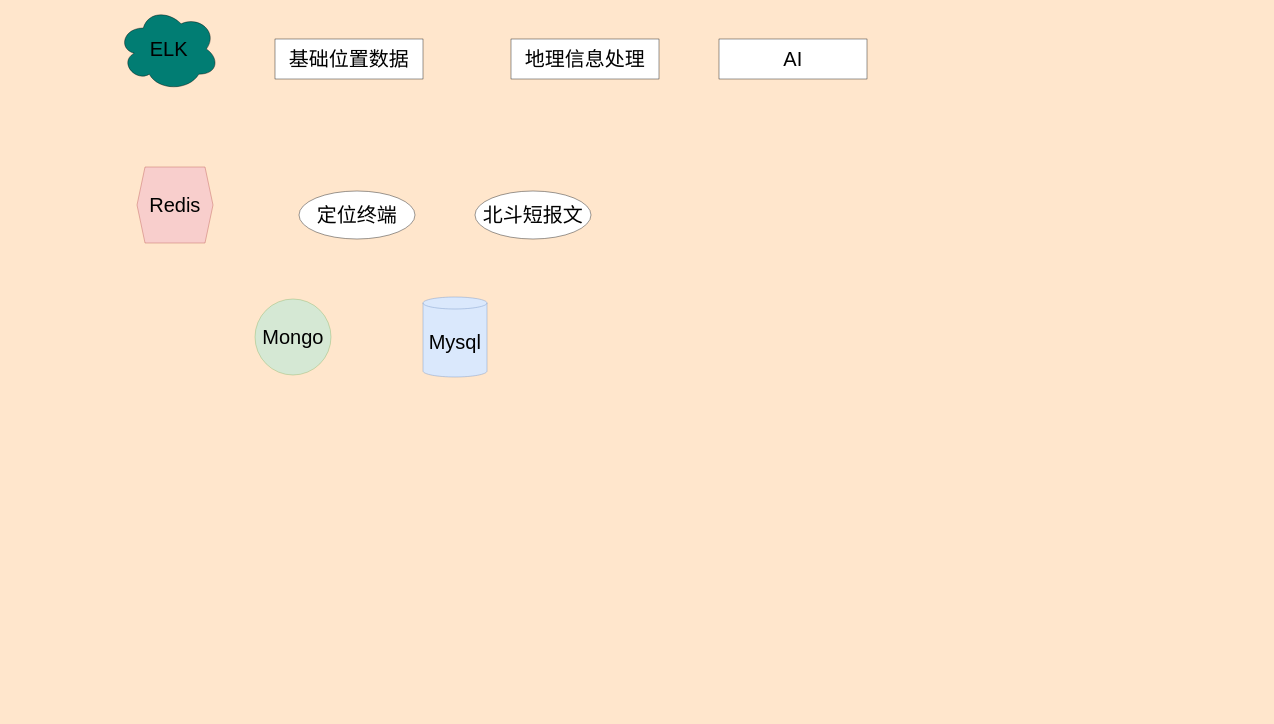
This is Untitled Diagram.drawio from juwujiu/diag, a draw.io file, before an edit. Source tidied: cells renumbered, new cells numbered last; positions are measured from the earlier drawing's top-left corner, leaving out a move shared by most shapes. Both pictures are drawn from the tidied source at 40%, with x=0, y=0 at pixel (118, 7).
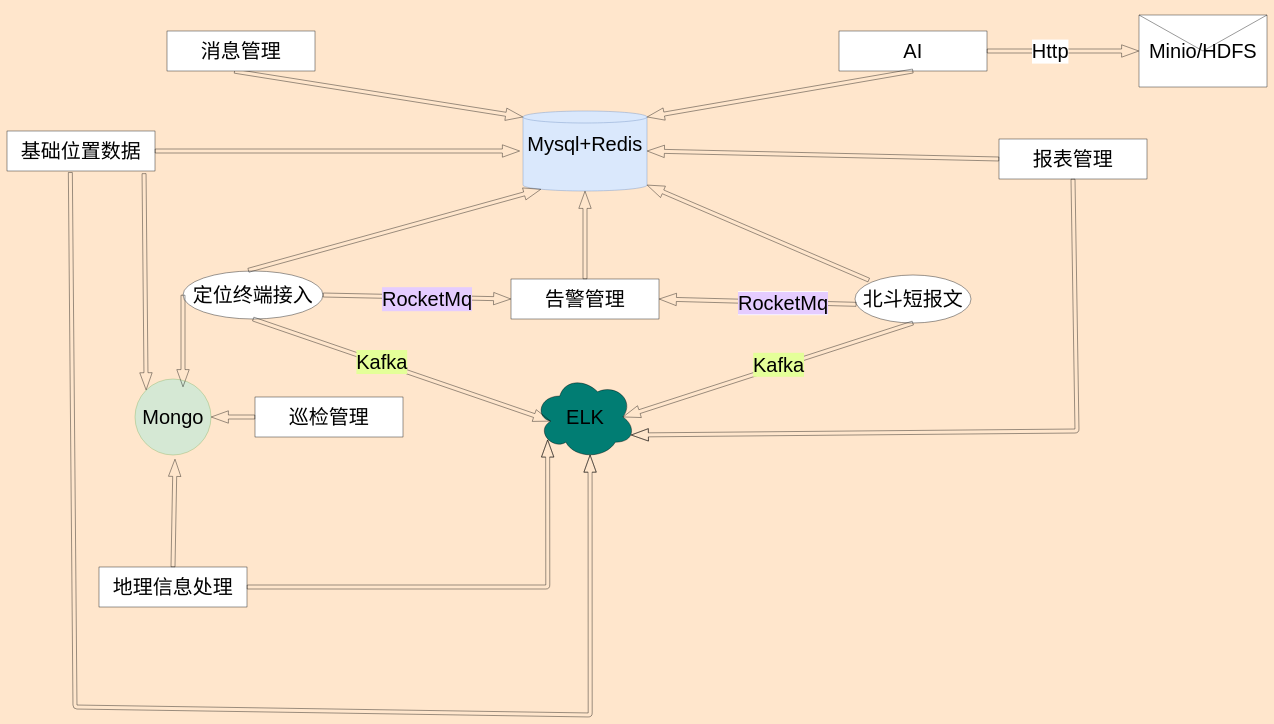
After the change.

Diff of the diagram source:
```diff
@@
-    <mxCell id="2" style="group;" parent="1" vertex="1">
-      <mxGeometry x="47" y="400" width="190" height="190" as="geometry" />
-    </mxCell>
-    <mxCell id="3" value="Redis" style="shape=hexagon;perimeter=hexagonPerimeter2;whiteSpace=wrap;html=1;fixedSize=1;hachureGap=4;fontSize=50;fillColor=#f8cecc;strokeColor=#b85450;" parent="2" vertex="1">
-      <mxGeometry width="190" height="190" as="geometry" />
-    </mxCell>
     <mxCell id="4" value="Mongo" style="ellipse;whiteSpace=wrap;html=1;hachureGap=4;fontSize=50;fillColor=#d5e8d4;strokeColor=#82b366;" parent="1" vertex="1">
-      <mxGeometry x="342" y="730" width="190" height="190" as="geometry" />
+      <mxGeometry x="42" y="930" width="190" height="190" as="geometry" />
     </mxCell>
-    <mxCell id="5" value="Mysql" style="shape=cylinder3;whiteSpace=wrap;html=1;boundedLbl=1;backgroundOutline=1;size=15;hachureGap=4;fontSize=50;fillColor=#dae8fc;strokeColor=#6c8ebf;" parent="1" vertex="1">
-      <mxGeometry x="762" y="725" width="160" height="200" as="geometry" />
+    <mxCell id="5" value="&lt;div&gt;Mysql+Redis&lt;/div&gt;&lt;div&gt;&lt;br&gt;&lt;/div&gt;" style="shape=cylinder3;whiteSpace=wrap;html=1;boundedLbl=1;backgroundOutline=1;size=15;hachureGap=4;fontSize=50;fillColor=#dae8fc;strokeColor=#6c8ebf;" parent="1" vertex="1">
+      <mxGeometry x="1012" y="260" width="310" height="200" as="geometry" />
     </mxCell>
     <mxCell id="6" value="ELK" style="ellipse;shape=cloud;whiteSpace=wrap;html=1;hachureGap=4;fontSize=50;fillColor=#017D73;" parent="1" vertex="1">
-      <mxGeometry x="-0.5" width="252.5" height="210" as="geometry" />
+      <mxGeometry x="1040.8" y="920" width="252.5" height="210" as="geometry" />
     </mxCell>
     <mxCell id="7" value="北斗短报文" style="ellipse;whiteSpace=wrap;html=1;hachureGap=4;fontSize=50;" parent="1" vertex="1">
-      <mxGeometry x="892" y="460" width="290" height="120" as="geometry" />
+      <mxGeometry x="1842" y="670" width="290" height="120" as="geometry" />
     </mxCell>
-    <mxCell id="8" value="定位终端" style="ellipse;whiteSpace=wrap;html=1;hachureGap=4;fontSize=50;" parent="1" vertex="1">
-      <mxGeometry x="452" y="460" width="290" height="120" as="geometry" />
+    <mxCell id="8" value="定位终端接入" style="ellipse;whiteSpace=wrap;html=1;hachureGap=4;fontSize=50;" parent="1" vertex="1">
+      <mxGeometry x="162" y="660" width="350" height="120" as="geometry" />
     </mxCell>
     <mxCell id="9" value="基础位置数据" style="rounded=0;whiteSpace=wrap;html=1;hachureGap=4;fontSize=50;" parent="1" vertex="1">
-      <mxGeometry x="392" y="80" width="370" height="100" as="geometry" />
+      <mxGeometry x="-278" y="310" width="370" height="100" as="geometry" />
     </mxCell>
     <mxCell id="10" value="地理信息处理" style="rounded=0;whiteSpace=wrap;html=1;hachureGap=4;fontSize=50;" parent="1" vertex="1">
-      <mxGeometry x="982" y="80" width="370" height="100" as="geometry" />
+      <mxGeometry x="-48" y="1400" width="370" height="100" as="geometry" />
     </mxCell>
     <mxCell id="11" value="AI" style="rounded=0;whiteSpace=wrap;html=1;hachureGap=4;fontSize=50;" parent="1" vertex="1">
-      <mxGeometry x="1502" y="80" width="370" height="100" as="geometry" />
+      <mxGeometry x="1802" y="60" width="370" height="100" as="geometry" />
     </mxCell>
+    <mxCell id="12" value="Minio/HDFS" style="shape=message;html=1;whiteSpace=wrap;html=1;outlineConnect=0;hachureGap=4;fontSize=50;" parent="1" vertex="1">
+      <mxGeometry x="2552" y="20" width="320" height="180" as="geometry" />
+    </mxCell>
+    <mxCell id="13" style="shape=flexArrow;endArrow=classic;html=1;fontSize=50;startSize=14;endSize=14;sourcePerimeterSpacing=8;targetPerimeterSpacing=8;entryX=0.16;entryY=0.55;entryDx=0;entryDy=0;entryPerimeter=0;exitX=0.5;exitY=1;exitDx=0;exitDy=0;" parent="1" edge="1" source="8" target="6">
+      <mxGeometry relative="1" as="geometry" />
+    </mxCell>
+    <mxCell id="14" value="Kafka" style="edgeLabel;html=1;align=center;verticalAlign=middle;fontSize=50;labelBackgroundColor=#E4FF99;" parent="13" vertex="1">
+      <mxGeometry x="-0.14" y="3" relative="1" as="geometry">
+        <mxPoint x="1" as="offset" />
+      </mxGeometry>
+    </mxCell>
+    <mxCell id="15" style="shape=flexArrow;endArrow=classic;html=1;fontSize=50;startSize=14;endSize=14;sourcePerimeterSpacing=8;targetPerimeterSpacing=8;exitX=1;exitY=0.5;exitDx=0;exitDy=0;entryX=0;entryY=0.5;entryDx=0;entryDy=0;" parent="1" edge="1" source="11" target="12">
+      <mxGeometry relative="1" as="geometry" />
+    </mxCell>
+    <mxCell id="16" value="&lt;div&gt;Http&lt;/div&gt;" style="edgeLabel;html=1;align=center;verticalAlign=middle;fontSize=50;" parent="15" vertex="1">
+      <mxGeometry x="-0.18" relative="1" as="geometry">
+        <mxPoint x="1" as="offset" />
+      </mxGeometry>
+    </mxCell>
+    <mxCell id="17" style="shape=flexArrow;endArrow=classic;html=1;fontSize=50;startSize=14;endSize=14;sourcePerimeterSpacing=8;targetPerimeterSpacing=8;entryX=0.13;entryY=0.77;entryDx=0;entryDy=0;entryPerimeter=0;exitX=1;exitY=0.5;exitDx=0;exitDy=0;" parent="1" edge="1" source="10" target="6">
+      <mxGeometry relative="1" as="geometry">
+        <Array as="points">
+          <mxPoint x="1074" y="1450" />
+        </Array>
+      </mxGeometry>
+    </mxCell>
+    <mxCell id="18" style="shape=flexArrow;endArrow=classic;html=1;fontSize=50;startSize=14;endSize=14;sourcePerimeterSpacing=8;targetPerimeterSpacing=8;exitX=0.466;exitY=-0.014;exitDx=0;exitDy=0;exitPerimeter=0;entryX=0.145;entryY=1;entryDx=0;entryDy=-4.35;entryPerimeter=0;" parent="1" edge="1" source="8" target="5">
+      <mxGeometry relative="1" as="geometry" />
+    </mxCell>
+    <mxCell id="19" style="shape=flexArrow;endArrow=classic;html=1;fontSize=50;startSize=14;endSize=14;sourcePerimeterSpacing=8;targetPerimeterSpacing=8;entryX=1;entryY=1;entryDx=0;entryDy=-15;entryPerimeter=0;" parent="1" edge="1" source="7" target="5">
+      <mxGeometry relative="1" as="geometry" />
+    </mxCell>
+    <mxCell id="20" style="shape=flexArrow;endArrow=classic;html=1;fontSize=50;startSize=14;endSize=14;sourcePerimeterSpacing=8;targetPerimeterSpacing=8;exitX=0.455;exitY=1.004;exitDx=0;exitDy=0;entryX=0;entryY=0;entryDx=0;entryDy=15;entryPerimeter=0;exitPerimeter=0;" parent="1" edge="1" source="24" target="5">
+      <mxGeometry relative="1" as="geometry" />
+    </mxCell>
+    <mxCell id="21" value="告警管理" style="rounded=0;whiteSpace=wrap;html=1;hachureGap=4;fontSize=50;" parent="1" vertex="1">
+      <mxGeometry x="982" y="680" width="370" height="100" as="geometry" />
+    </mxCell>
+    <mxCell id="22" value="巡检管理" style="rounded=0;whiteSpace=wrap;html=1;hachureGap=4;fontSize=50;" parent="1" vertex="1">
+      <mxGeometry x="342" y="975" width="370" height="100" as="geometry" />
+    </mxCell>
+    <mxCell id="23" value="报表管理" style="rounded=0;whiteSpace=wrap;html=1;hachureGap=4;fontSize=50;" parent="1" vertex="1">
+      <mxGeometry x="2202" y="330" width="370" height="100" as="geometry" />
+    </mxCell>
+    <mxCell id="24" value="消息管理" style="rounded=0;whiteSpace=wrap;html=1;hachureGap=4;fontSize=50;" parent="1" vertex="1">
+      <mxGeometry x="122" y="60" width="370" height="100" as="geometry" />
+    </mxCell>
+    <mxCell id="25" style="shape=flexArrow;endArrow=classic;html=1;fontSize=50;startSize=14;endSize=14;sourcePerimeterSpacing=8;targetPerimeterSpacing=8;exitX=1;exitY=0.5;exitDx=0;exitDy=0;entryX=0;entryY=0.5;entryDx=0;entryDy=0;" parent="1" edge="1" source="8" target="21">
+      <mxGeometry relative="1" as="geometry" />
+    </mxCell>
+    <mxCell id="26" value="RocketMq" style="edgeLabel;html=1;align=center;verticalAlign=middle;fontSize=50;labelBackgroundColor=#E5CCFF;" parent="25" vertex="1">
+      <mxGeometry x="0.1" y="-4" relative="1" as="geometry">
+        <mxPoint x="1" as="offset" />
+      </mxGeometry>
+    </mxCell>
+    <mxCell id="27" style="shape=flexArrow;endArrow=classic;html=1;fontSize=50;startSize=14;endSize=14;sourcePerimeterSpacing=8;targetPerimeterSpacing=8;entryX=1;entryY=0.5;entryDx=0;entryDy=0;exitX=0.011;exitY=0.611;exitDx=0;exitDy=0;exitPerimeter=0;" parent="1" edge="1" source="7" target="21">
+      <mxGeometry relative="1" as="geometry" />
+    </mxCell>
+    <mxCell id="28" value="&lt;span style=&quot;background-color: rgb(229 , 204 , 255)&quot;&gt;RocketMq&lt;/span&gt;" style="edgeLabel;html=1;align=center;verticalAlign=middle;fontSize=50;" parent="27" vertex="1">
+      <mxGeometry x="-0.26" y="1" relative="1" as="geometry">
+        <mxPoint x="-1" as="offset" />
+      </mxGeometry>
+    </mxCell>
+    <mxCell id="29" style="shape=flexArrow;endArrow=classic;html=1;fontSize=50;startSize=14;endSize=14;sourcePerimeterSpacing=8;targetPerimeterSpacing=8;exitX=0.5;exitY=1;exitDx=0;exitDy=0;entryX=0.875;entryY=0.5;entryDx=0;entryDy=0;entryPerimeter=0;" parent="1" edge="1" source="7" target="6">
+      <mxGeometry relative="1" as="geometry" />
+    </mxCell>
+    <mxCell id="30" value="Kafka" style="edgeLabel;html=1;align=center;verticalAlign=middle;fontSize=50;labelBackgroundColor=#E4FF99;" parent="29" vertex="1">
+      <mxGeometry x="-0.08" y="-6" relative="1" as="geometry">
+        <mxPoint x="-1" y="1" as="offset" />
+      </mxGeometry>
+    </mxCell>
+    <mxCell id="31" style="shape=flexArrow;endArrow=classic;html=1;fontSize=50;startSize=14;endSize=14;sourcePerimeterSpacing=8;targetPerimeterSpacing=8;exitX=0.5;exitY=1;exitDx=0;exitDy=0;entryX=1;entryY=0;entryDx=0;entryDy=15;entryPerimeter=0;" parent="1" edge="1" source="11" target="5">
+      <mxGeometry relative="1" as="geometry" />
+    </mxCell>
+    <mxCell id="32" style="shape=flexArrow;endArrow=classic;html=1;fontSize=50;startSize=14;endSize=14;sourcePerimeterSpacing=8;targetPerimeterSpacing=8;entryX=0.5;entryY=1;entryDx=0;entryDy=0;entryPerimeter=0;exitX=0.5;exitY=0;exitDx=0;exitDy=0;" parent="1" edge="1" source="21" target="5">
+      <mxGeometry relative="1" as="geometry" />
+    </mxCell>
+    <mxCell id="33" style="shape=flexArrow;endArrow=classic;html=1;fontSize=50;startSize=14;endSize=14;sourcePerimeterSpacing=8;targetPerimeterSpacing=8;exitX=1;exitY=0.5;exitDx=0;exitDy=0;" parent="1" edge="1" source="9" target="5">
+      <mxGeometry relative="1" as="geometry" />
+    </mxCell>
+    <mxCell id="34" style="shape=flexArrow;endArrow=classic;html=1;fontSize=50;startSize=14;endSize=14;sourcePerimeterSpacing=8;targetPerimeterSpacing=8;entryX=1;entryY=0.5;entryDx=0;entryDy=0;entryPerimeter=0;exitX=0;exitY=0.5;exitDx=0;exitDy=0;" parent="1" edge="1" source="23" target="5">
+      <mxGeometry relative="1" as="geometry" />
+    </mxCell>
+    <mxCell id="35" style="shape=flexArrow;endArrow=classic;html=1;fontSize=50;startSize=14;endSize=14;sourcePerimeterSpacing=8;targetPerimeterSpacing=8;exitX=0;exitY=0.5;exitDx=0;exitDy=0;" parent="1" edge="1" source="8">
+      <mxGeometry relative="1" as="geometry">
+        <mxPoint x="162" y="950" as="targetPoint" />
+      </mxGeometry>
+    </mxCell>
+    <mxCell id="36" style="shape=flexArrow;endArrow=classic;html=1;fontSize=50;startSize=14;endSize=14;sourcePerimeterSpacing=8;targetPerimeterSpacing=8;exitX=0;exitY=0.5;exitDx=0;exitDy=0;entryX=1;entryY=0.5;entryDx=0;entryDy=0;" parent="1" edge="1" source="22" target="4">
+      <mxGeometry relative="1" as="geometry" />
+    </mxCell>
+    <mxCell id="37" style="shape=flexArrow;endArrow=classic;html=1;fontSize=50;startSize=14;endSize=14;sourcePerimeterSpacing=8;targetPerimeterSpacing=8;exitX=0.5;exitY=1;exitDx=0;exitDy=0;" parent="1" edge="1" source="23">
+      <mxGeometry relative="1" as="geometry">
+        <mxPoint x="1282" y="1070" as="targetPoint" />
+        <Array as="points">
+          <mxPoint x="2397" y="1060" />
+        </Array>
+      </mxGeometry>
+    </mxCell>
+    <mxCell id="38" style="shape=flexArrow;endArrow=classic;html=1;fontSize=50;startSize=14;endSize=14;sourcePerimeterSpacing=8;targetPerimeterSpacing=8;exitX=0.428;exitY=1.033;exitDx=0;exitDy=0;exitPerimeter=0;entryX=0.55;entryY=0.95;entryDx=0;entryDy=0;entryPerimeter=0;" parent="1" edge="1" source="9" target="6">
+      <mxGeometry relative="1" as="geometry">
+        <Array as="points">
+          <mxPoint x="-108" y="1750" />
+          <mxPoint x="1180" y="1770" />
+        </Array>
+      </mxGeometry>
+    </mxCell>
+    <mxCell id="39" style="shape=flexArrow;endArrow=classic;html=1;fontSize=50;startSize=14;endSize=14;sourcePerimeterSpacing=8;targetPerimeterSpacing=8;entryX=0;entryY=0;entryDx=0;entryDy=0;exitX=0.926;exitY=1.061;exitDx=0;exitDy=0;exitPerimeter=0;" parent="1" edge="1" source="9" target="4">
+      <mxGeometry relative="1" as="geometry" />
+    </mxCell>
+    <mxCell id="40" style="shape=flexArrow;endArrow=classic;html=1;fontSize=50;startSize=14;endSize=14;sourcePerimeterSpacing=8;targetPerimeterSpacing=8;exitX=0.5;exitY=0;exitDx=0;exitDy=0;" parent="1" edge="1" source="10">
+      <mxGeometry relative="1" as="geometry">
+        <mxPoint x="142" y="1130" as="targetPoint" />
+      </mxGeometry>
+    </mxCell>
```
